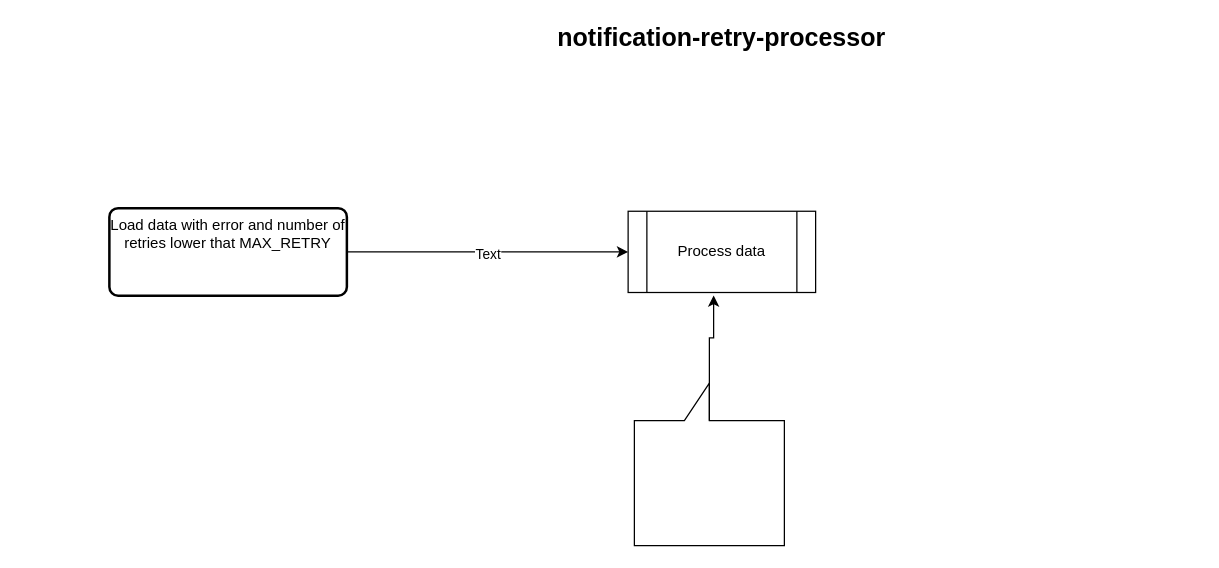
Earlier version of the draw.io diagram page "notification-retry-processor" (2 of 2) of notifications-api-v2.drawio (dalejandroba/hello-world). Source tidied: cells renumbered, new cells numbered last; positions are measured from the earlier drawing's top-left corner, leaving out a move shared by most shapes. Both pictures are drawn from the tidied source at 125%, with x=0, y=0 at pixel (109, 32).
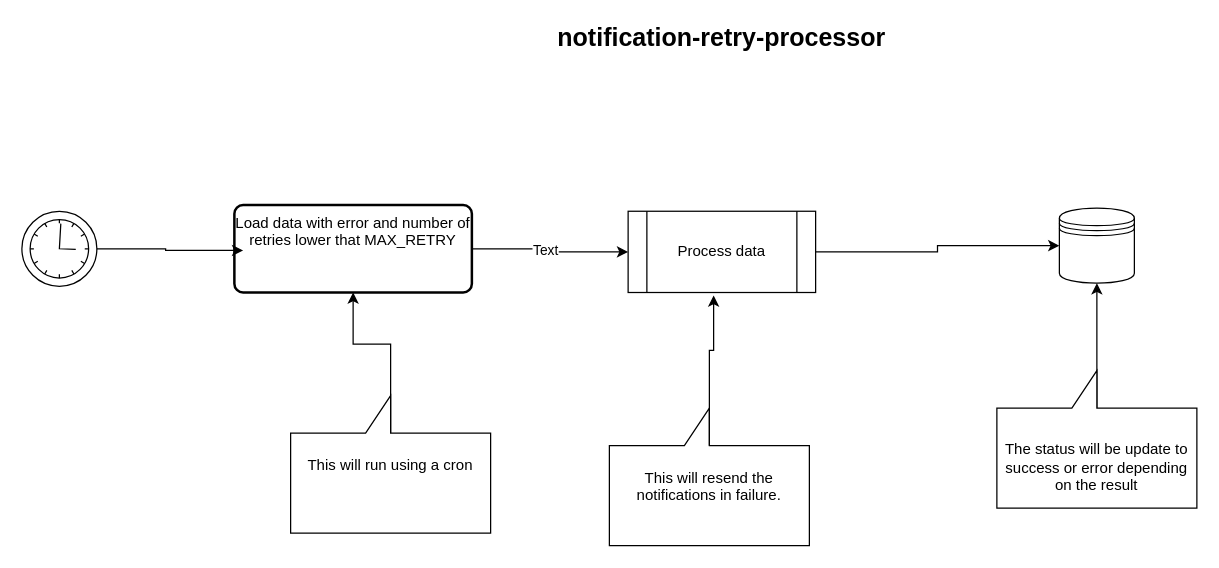
Above is the later version.

The edit, as a diff of the source:
```diff
@@
 <mxGraphModel>
   <root>
     <mxCell id="0" />
     <mxCell id="1" parent="0" />
+    <mxCell id="9" style="edgeStyle=orthogonalEdgeStyle;rounded=0;jettySize=auto;html=1;entryX=0;entryY=0.5;entryDx=0;entryDy=0;" parent="1" edge="1" source="2" target="10">
+      <mxGeometry relative="1" as="geometry" />
+    </mxCell>
     <mxCell id="2" value="Process data" style="shape=process;whiteSpace=wrap;html=1;backgroundOutline=1;" parent="1" vertex="1">
       <mxGeometry x="415" y="142.5" width="150" height="65" as="geometry" />
     </mxCell>
     <mxCell id="3" style="edgeStyle=orthogonalEdgeStyle;rounded=0;jettySize=auto;html=1;entryX=0;entryY=0.5;entryDx=0;entryDy=0;" parent="1" edge="1" source="5" target="2">
       <mxGeometry relative="1" as="geometry" />
     </mxCell>
     <mxCell id="4" value="Text" style="edgeLabel;html=1;align=center;verticalAlign=middle;" parent="3" vertex="1">
       <mxGeometry x="0.01" y="-2" relative="1" as="geometry">
         <mxPoint x="-2" y="-1" as="offset" />
       </mxGeometry>
     </mxCell>
     <mxCell id="5" value="Load data with error and number of retries lower that MAX_RETRY&lt;div&gt;&lt;br&gt;&lt;div&gt;&lt;br&gt;&lt;/div&gt;&lt;/div&gt;" style="rounded=1;whiteSpace=wrap;html=1;absoluteArcSize=1;arcSize=14;strokeWidth=2;" parent="1" vertex="1">
-      <mxGeometry y="140" width="190" height="70" as="geometry" />
+      <mxGeometry x="100" y="137.5" width="190" height="70" as="geometry" />
     </mxCell>
     <mxCell id="6" value="notification-retry-processor&lt;div&gt;&lt;br&gt;&lt;/div&gt;" style="text;html=1;align=center;verticalAlign=middle;whiteSpace=wrap;rounded=0;fontSize=20;fontStyle=1;" parent="1" vertex="1">
       <mxGeometry x="350" width="280" height="30" as="geometry" />
     </mxCell>
-    <mxCell id="7" style="shape=callout;whiteSpace=wrap;html=1;perimeter=calloutPerimeter;direction=west;" parent="1" vertex="1">
-      <mxGeometry x="420" y="280" width="120" height="130" as="geometry" />
+    <mxCell id="7" value="This will resend the notifications in failure.&lt;div&gt;&lt;br&gt;&lt;/div&gt;" style="shape=callout;whiteSpace=wrap;html=1;perimeter=calloutPerimeter;direction=west;" parent="1" vertex="1">
+      <mxGeometry x="400" y="300" width="160" height="110" as="geometry" />
     </mxCell>
     <mxCell id="8" style="edgeStyle=orthogonalEdgeStyle;rounded=0;jettySize=auto;html=1;entryX=0.456;entryY=1.036;entryDx=0;entryDy=0;entryPerimeter=0;" parent="1" edge="1" source="7" target="2">
       <mxGeometry relative="1" as="geometry" />
     </mxCell>
+    <mxCell id="10" style="shape=datastore;whiteSpace=wrap;html=1;" parent="1" vertex="1">
+      <mxGeometry x="760" y="140" width="60" height="60" as="geometry" />
+    </mxCell>
+    <mxCell id="11" style="edgeStyle=orthogonalEdgeStyle;rounded=0;jettySize=auto;html=1;entryX=0.5;entryY=1;entryDx=0;entryDy=0;" parent="1" edge="1" source="12" target="10">
+      <mxGeometry relative="1" as="geometry" />
+    </mxCell>
+    <mxCell id="12" value="&lt;br&gt;&lt;div&gt;The status will be update to success or error depending on the result&lt;/div&gt;" style="shape=callout;whiteSpace=wrap;html=1;perimeter=calloutPerimeter;direction=west;" parent="1" vertex="1">
+      <mxGeometry x="710" y="270" width="160" height="110" as="geometry" />
+    </mxCell>
+    <mxCell id="13" style="edgeStyle=orthogonalEdgeStyle;rounded=0;jettySize=auto;html=1;" parent="1" edge="1" source="14" target="5">
+      <mxGeometry relative="1" as="geometry" />
+    </mxCell>
+    <mxCell id="14" value="This will run using a cron&lt;div&gt;&lt;br&gt;&lt;div&gt;&lt;br&gt;&lt;/div&gt;&lt;/div&gt;" style="shape=callout;whiteSpace=wrap;html=1;perimeter=calloutPerimeter;direction=west;" parent="1" vertex="1">
+      <mxGeometry x="145" y="290" width="160" height="110" as="geometry" />
+    </mxCell>
+    <mxCell id="15" style="points=[[0.145,0.145,0],[0.5,0,0],[0.855,0.145,0],[1,0.5,0],[0.855,0.855,0],[0.5,1,0],[0.145,0.855,0],[0,0.5,0]];shape=mxgraph.bpmn.event;html=1;verticalLabelPosition=bottom;labelBackgroundColor=#ffffff;verticalAlign=top;align=center;perimeter=ellipsePerimeter;outlineConnect=0;outline=standard;symbol=timer;" parent="1" vertex="1">
+      <mxGeometry x="-70" y="142.5" width="60" height="60" as="geometry" />
+    </mxCell>
+    <mxCell id="16" style="edgeStyle=orthogonalEdgeStyle;rounded=0;jettySize=auto;html=1;entryX=0.037;entryY=0.519;entryDx=0;entryDy=0;entryPerimeter=0;" parent="1" edge="1" source="15" target="5">
+      <mxGeometry relative="1" as="geometry" />
+    </mxCell>
   </root>
 </mxGraphModel>
```
